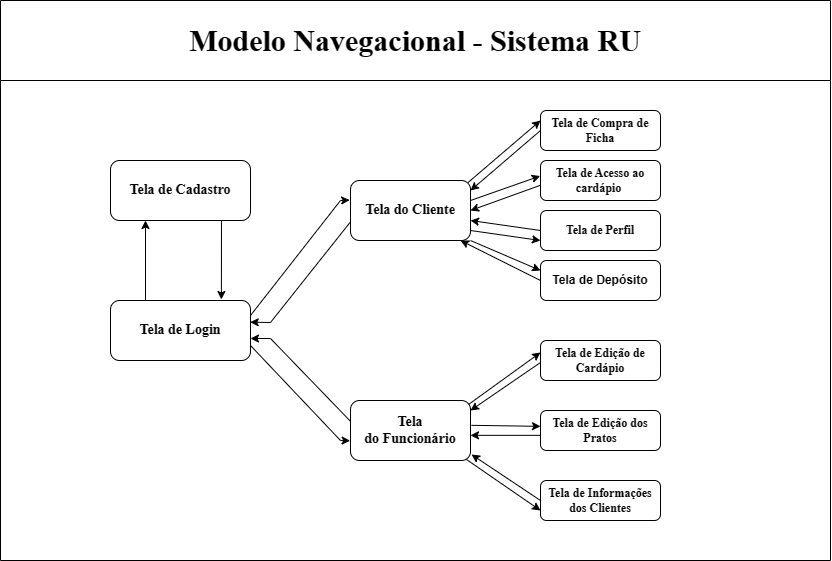
LuizFprog/SistemaRestauranteUniversitario keeps this draw.io diagram as modeloNavegacional.png. Above is the earlier version. Source tidied: cells renumbered, new cells last; positions are measured from the earlier drawing's top-left corner, leaving out a move shared by most shapes.
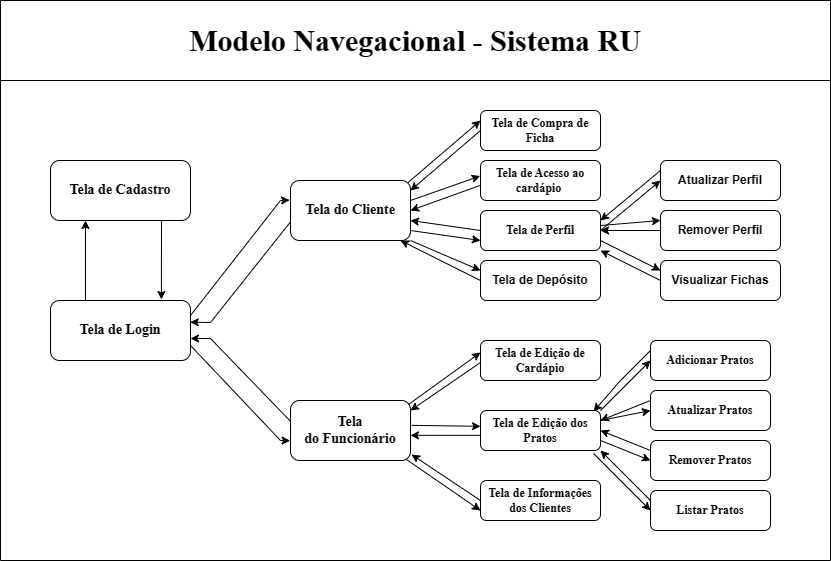
After the commit.

Commit message:
Atualizando Modelo Navegacional

Change to the diagram source:
```diff
@@ -2,150 +2,223 @@
   <root>
     <mxCell id="0" />
     <mxCell id="1" parent="0" />
+    <mxCell id="27" value="&lt;font face=&quot;Times New Roman&quot; style=&quot;font-size: 30px;&quot;&gt;Modelo Navegacional - Sistema RU&lt;/font&gt;" style="swimlane;whiteSpace=wrap;html=1;startSize=80;" parent="1" vertex="1">
+      <mxGeometry width="830" height="560" as="geometry" />
+    </mxCell>
-    <mxCell id="2" value="&lt;font size=&quot;1&quot; style=&quot;&quot;&gt;&lt;b style=&quot;font-size: 14px;&quot;&gt;Tela de Cadastro&lt;/b&gt;&lt;/font&gt;" style="rounded=1;whiteSpace=wrap;html=1;fontFamily=Times New Roman;" parent="1" vertex="1">
-      <mxGeometry x="110" y="160" width="140" height="60" as="geometry" />
+    <mxCell id="2" value="&lt;font size=&quot;1&quot; style=&quot;&quot;&gt;&lt;b style=&quot;font-size: 14px;&quot;&gt;Tela de Cadastro&lt;/b&gt;&lt;/font&gt;" style="rounded=1;whiteSpace=wrap;html=1;fontFamily=Times New Roman;" parent="27" vertex="1">
+      <mxGeometry x="50" y="160" width="140" height="60" as="geometry" />
     </mxCell>
-    <mxCell id="3" value="&lt;b style=&quot;&quot;&gt;&lt;font style=&quot;font-size: 14px;&quot;&gt;Tela de Login&lt;/font&gt;&lt;/b&gt;" style="rounded=1;whiteSpace=wrap;html=1;fontFamily=Times New Roman;" parent="1" vertex="1">
-      <mxGeometry x="110" y="300" width="140" height="60" as="geometry" />
+    <mxCell id="3" value="&lt;b style=&quot;&quot;&gt;&lt;font style=&quot;font-size: 14px;&quot;&gt;Tela de Login&lt;/font&gt;&lt;/b&gt;" style="rounded=1;whiteSpace=wrap;html=1;fontFamily=Times New Roman;" parent="27" vertex="1">
+      <mxGeometry x="50" y="300" width="140" height="60" as="geometry" />
     </mxCell>
-    <mxCell id="4" style="endArrow=classic;html=1;rounded=0;entryX=0.25;entryY=1;entryDx=0;entryDy=0;exitX=0.25;exitY=0;exitDx=0;exitDy=0;" parent="1" edge="1" source="3" target="2">
+    <mxCell id="4" style="endArrow=classic;html=1;rounded=0;entryX=0.25;entryY=1;entryDx=0;entryDy=0;exitX=0.25;exitY=0;exitDx=0;exitDy=0;" parent="27" edge="1" source="3" target="2">
       <mxGeometry relative="1" as="geometry" />
     </mxCell>
-    <mxCell id="5" style="endArrow=classic;html=1;rounded=0;entryX=0.792;entryY=-0.017;entryDx=0;entryDy=0;entryPerimeter=0;" parent="1" edge="1" target="3">
+    <mxCell id="5" style="endArrow=classic;html=1;rounded=0;entryX=0.792;entryY=-0.017;entryDx=0;entryDy=0;entryPerimeter=0;" parent="27" edge="1" target="3">
       <mxGeometry relative="1" as="geometry">
-        <mxPoint x="221" y="220" as="sourcePoint" />
+        <mxPoint x="161" y="220" as="sourcePoint" />
       </mxGeometry>
     </mxCell>
-    <mxCell id="6" value="&lt;b&gt;&lt;font style=&quot;font-size: 14px;&quot; face=&quot;Times New Roman&quot;&gt;Tela do&amp;nbsp;&lt;/font&gt;&lt;/b&gt;&lt;font face=&quot;Times New Roman&quot;&gt;&lt;span style=&quot;font-size: 14px;&quot;&gt;&lt;b&gt;Funcionário&lt;/b&gt;&lt;/span&gt;&lt;/font&gt;" style="rounded=1;whiteSpace=wrap;html=1;" parent="1" vertex="1">
-      <mxGeometry x="350" y="400" width="120" height="60" as="geometry" />
+    <mxCell id="6" value="&lt;b&gt;&lt;font style=&quot;font-size: 14px;&quot; face=&quot;Times New Roman&quot;&gt;Tela do&amp;nbsp;&lt;/font&gt;&lt;/b&gt;&lt;font face=&quot;Times New Roman&quot;&gt;&lt;span style=&quot;font-size: 14px;&quot;&gt;&lt;b&gt;Funcionário&lt;/b&gt;&lt;/span&gt;&lt;/font&gt;" style="rounded=1;whiteSpace=wrap;html=1;" parent="27" vertex="1">
+      <mxGeometry x="290" y="400" width="120" height="60" as="geometry" />
     </mxCell>
-    <mxCell id="7" value="&lt;b&gt;&lt;font style=&quot;font-size: 14px;&quot; face=&quot;Times New Roman&quot;&gt;Tela do Cliente&lt;/font&gt;&lt;/b&gt;" style="rounded=1;whiteSpace=wrap;html=1;" parent="1" vertex="1">
-      <mxGeometry x="350" y="180" width="120" height="60" as="geometry" />
+    <mxCell id="7" value="&lt;b&gt;&lt;font style=&quot;font-size: 14px;&quot; face=&quot;Times New Roman&quot;&gt;Tela do Cliente&lt;/font&gt;&lt;/b&gt;" style="rounded=1;whiteSpace=wrap;html=1;" parent="27" vertex="1">
+      <mxGeometry x="290" y="180" width="120" height="60" as="geometry" />
     </mxCell>
-    <mxCell id="8" style="endArrow=classic;html=1;rounded=0;entryX=-0.007;entryY=0.326;entryDx=0;entryDy=0;exitX=1;exitY=0.25;exitDx=0;exitDy=0;entryPerimeter=0;" parent="1" edge="1" source="3" target="7">
+    <mxCell id="8" style="endArrow=classic;html=1;rounded=0;entryX=-0.007;entryY=0.326;entryDx=0;entryDy=0;exitX=1;exitY=0.25;exitDx=0;exitDy=0;entryPerimeter=0;" parent="27" edge="1" source="3" target="7">
       <mxGeometry relative="1" as="geometry">
         <Array as="points">
-          <mxPoint x="340" y="200" />
+          <mxPoint x="280" y="200" />
         </Array>
       </mxGeometry>
     </mxCell>
-    <mxCell id="9" style="endArrow=classic;html=1;rounded=0;entryX=0.998;entryY=0.361;entryDx=0;entryDy=0;exitX=-0.001;exitY=0.692;exitDx=0;exitDy=0;exitPerimeter=0;entryPerimeter=0;" parent="1" edge="1" source="7" target="3">
+    <mxCell id="9" style="endArrow=classic;html=1;rounded=0;entryX=0.998;entryY=0.361;entryDx=0;entryDy=0;exitX=-0.001;exitY=0.692;exitDx=0;exitDy=0;exitPerimeter=0;entryPerimeter=0;" parent="27" edge="1" source="7" target="3">
       <mxGeometry relative="1" as="geometry">
         <Array as="points">
-          <mxPoint x="270" y="322" />
+          <mxPoint x="210" y="322" />
         </Array>
       </mxGeometry>
     </mxCell>
-    <mxCell id="10" style="endArrow=classic;html=1;rounded=0;entryX=-0.003;entryY=0.671;entryDx=0;entryDy=0;exitX=1;exitY=0.75;exitDx=0;exitDy=0;entryPerimeter=0;" parent="1" edge="1" source="3" target="6">
+    <mxCell id="10" style="endArrow=classic;html=1;rounded=0;entryX=-0.003;entryY=0.671;entryDx=0;entryDy=0;exitX=1;exitY=0.75;exitDx=0;exitDy=0;entryPerimeter=0;" parent="27" edge="1" source="3" target="6">
       <mxGeometry relative="1" as="geometry">
         <Array as="points">
-          <mxPoint x="340" y="440" />
+          <mxPoint x="280" y="440" />
         </Array>
       </mxGeometry>
     </mxCell>
-    <mxCell id="11" style="endArrow=classic;html=1;rounded=0;exitX=-0.003;exitY=0.341;exitDx=0;exitDy=0;exitPerimeter=0;" parent="1" edge="1" source="6">
+    <mxCell id="11" style="endArrow=classic;html=1;rounded=0;exitX=-0.003;exitY=0.341;exitDx=0;exitDy=0;exitPerimeter=0;" parent="27" edge="1" source="6">
       <mxGeometry relative="1" as="geometry">
-        <mxPoint x="250" y="338" as="targetPoint" />
+        <mxPoint x="190" y="338" as="targetPoint" />
         <Array as="points">
-          <mxPoint x="270" y="338" />
+          <mxPoint x="210" y="338" />
         </Array>
       </mxGeometry>
     </mxCell>
-    <mxCell id="12" value="Tela de Edição dos Pratos" style="rounded=1;whiteSpace=wrap;html=1;fontFamily=Times New Roman;fontStyle=1;" parent="1" vertex="1">
-      <mxGeometry x="540" y="410" width="120" height="40" as="geometry" />
+    <mxCell id="12" value="Tela de Edição dos Pratos" style="rounded=1;whiteSpace=wrap;html=1;fontFamily=Times New Roman;fontStyle=1;" parent="27" vertex="1">
+      <mxGeometry x="480" y="410" width="120" height="40" as="geometry" />
     </mxCell>
-    <mxCell id="13" value="Tela de Edição de Cardápio" style="rounded=1;whiteSpace=wrap;html=1;fontStyle=1;fontFamily=Times New Roman;" parent="1" vertex="1">
-      <mxGeometry x="540" y="340" width="120" height="40" as="geometry" />
+    <mxCell id="13" value="Tela de Edição de Cardápio" style="rounded=1;whiteSpace=wrap;html=1;fontStyle=1;fontFamily=Times New Roman;" parent="27" vertex="1">
+      <mxGeometry x="480" y="340" width="120" height="40" as="geometry" />
     </mxCell>
-    <mxCell id="14" value="Tela de Informações dos Clientes" style="rounded=1;whiteSpace=wrap;html=1;fontStyle=1;fontFamily=Times New Roman;" parent="1" vertex="1">
-      <mxGeometry x="540" y="480" width="120" height="40" as="geometry" />
+    <mxCell id="14" value="Tela de Informações dos Clientes" style="rounded=1;whiteSpace=wrap;html=1;fontStyle=1;fontFamily=Times New Roman;" parent="27" vertex="1">
+      <mxGeometry x="480" y="480" width="120" height="40" as="geometry" />
     </mxCell>
-    <mxCell id="15" style="endArrow=classic;html=1;rounded=0;entryX=0;entryY=0.25;entryDx=0;entryDy=0;exitX=0.98;exitY=0.033;exitDx=0;exitDy=0;exitPerimeter=0;" parent="1" edge="1" source="7" target="28">
+    <mxCell id="15" style="endArrow=classic;html=1;rounded=0;entryX=0;entryY=0.25;entryDx=0;entryDy=0;exitX=0.98;exitY=0.033;exitDx=0;exitDy=0;exitPerimeter=0;" parent="27" edge="1" source="7" target="28">
       <mxGeometry relative="1" as="geometry" />
     </mxCell>
-    <mxCell id="16" style="endArrow=classic;html=1;rounded=0;exitX=0;exitY=0.5;exitDx=0;exitDy=0;" parent="1" edge="1" source="28">
+    <mxCell id="16" style="endArrow=classic;html=1;rounded=0;exitX=0;exitY=0.5;exitDx=0;exitDy=0;" parent="27" edge="1" source="28">
       <mxGeometry relative="1" as="geometry">
-        <mxPoint x="470" y="190" as="targetPoint" />
+        <mxPoint x="410" y="190" as="targetPoint" />
       </mxGeometry>
     </mxCell>
-    <mxCell id="17" style="endArrow=classic;html=1;rounded=0;entryX=0;entryY=0.25;entryDx=0;entryDy=0;exitX=0.98;exitY=0.033;exitDx=0;exitDy=0;exitPerimeter=0;" parent="1" edge="1">
+    <mxCell id="17" style="endArrow=classic;html=1;rounded=0;entryX=0;entryY=0.25;entryDx=0;entryDy=0;exitX=0.98;exitY=0.033;exitDx=0;exitDy=0;exitPerimeter=0;" parent="27" edge="1">
       <mxGeometry relative="1" as="geometry">
-        <mxPoint x="468" y="404" as="sourcePoint" />
-        <mxPoint x="540" y="352" as="targetPoint" />
+        <mxPoint x="408" y="404" as="sourcePoint" />
+        <mxPoint x="480" y="352" as="targetPoint" />
       </mxGeometry>
     </mxCell>
-    <mxCell id="18" style="endArrow=classic;html=1;rounded=0;entryX=1;entryY=0.14;entryDx=0;entryDy=0;entryPerimeter=0;exitX=0;exitY=0.5;exitDx=0;exitDy=0;" parent="1" edge="1">
+    <mxCell id="18" style="endArrow=classic;html=1;rounded=0;entryX=1;entryY=0.14;entryDx=0;entryDy=0;entryPerimeter=0;exitX=0;exitY=0.5;exitDx=0;exitDy=0;" parent="27" edge="1">
       <mxGeometry relative="1" as="geometry">
-        <mxPoint x="540" y="362" as="sourcePoint" />
-        <mxPoint x="470" y="410" as="targetPoint" />
+        <mxPoint x="480" y="362" as="sourcePoint" />
+        <mxPoint x="410" y="410" as="targetPoint" />
       </mxGeometry>
     </mxCell>
-    <mxCell id="19" style="endArrow=classic;html=1;rounded=0;entryX=-0.003;entryY=0.388;entryDx=0;entryDy=0;entryPerimeter=0;" parent="1" edge="1" target="29">
+    <mxCell id="19" style="endArrow=classic;html=1;rounded=0;entryX=-0.003;entryY=0.388;entryDx=0;entryDy=0;entryPerimeter=0;" parent="27" edge="1" target="29">
       <mxGeometry relative="1" as="geometry">
-        <mxPoint x="470" y="200" as="sourcePoint" />
+        <mxPoint x="410" y="200" as="sourcePoint" />
       </mxGeometry>
     </mxCell>
-    <mxCell id="20" style="endArrow=classic;html=1;rounded=0;exitX=-0.003;exitY=0.622;exitDx=0;exitDy=0;exitPerimeter=0;" parent="1" edge="1" source="29">
+    <mxCell id="20" style="endArrow=classic;html=1;rounded=0;exitX=-0.003;exitY=0.622;exitDx=0;exitDy=0;exitPerimeter=0;" parent="27" edge="1" source="29">
       <mxGeometry relative="1" as="geometry">
-        <mxPoint x="470" y="210" as="targetPoint" />
+        <mxPoint x="410" y="210" as="targetPoint" />
       </mxGeometry>
     </mxCell>
-    <mxCell id="21" style="endArrow=classic;html=1;rounded=0;entryX=-0.003;entryY=0.388;entryDx=0;entryDy=0;entryPerimeter=0;exitX=1.007;exitY=0.418;exitDx=0;exitDy=0;exitPerimeter=0;" parent="1" edge="1">
+    <mxCell id="21" style="endArrow=classic;html=1;rounded=0;entryX=-0.003;entryY=0.388;entryDx=0;entryDy=0;entryPerimeter=0;exitX=1.007;exitY=0.418;exitDx=0;exitDy=0;exitPerimeter=0;" parent="27" edge="1">
       <mxGeometry relative="1" as="geometry">
-        <mxPoint x="471" y="424.8" as="sourcePoint" />
-        <mxPoint x="540" y="425.8" as="targetPoint" />
+        <mxPoint x="411" y="424.8" as="sourcePoint" />
+        <mxPoint x="480" y="425.8" as="targetPoint" />
       </mxGeometry>
     </mxCell>
-    <mxCell id="22" style="endArrow=classic;html=1;rounded=0;entryX=1.002;entryY=0.582;entryDx=0;entryDy=0;exitX=-0.003;exitY=0.622;exitDx=0;exitDy=0;entryPerimeter=0;exitPerimeter=0;" parent="1" edge="1">
+    <mxCell id="22" style="endArrow=classic;html=1;rounded=0;entryX=1.002;entryY=0.582;entryDx=0;entryDy=0;exitX=-0.003;exitY=0.622;exitDx=0;exitDy=0;entryPerimeter=0;exitPerimeter=0;" parent="27" edge="1">
       <mxGeometry relative="1" as="geometry">
-        <mxPoint x="540" y="434.8" as="sourcePoint" />
-        <mxPoint x="470" y="434.8" as="targetPoint" />
+        <mxPoint x="480" y="434.8" as="sourcePoint" />
+        <mxPoint x="410" y="434.8" as="targetPoint" />
       </mxGeometry>
     </mxCell>
-    <mxCell id="23" style="endArrow=classic;html=1;rounded=0;exitX=0;exitY=0.5;exitDx=0;exitDy=0;" parent="1" edge="1" source="30">
+    <mxCell id="23" style="endArrow=classic;html=1;rounded=0;exitX=0;exitY=0.5;exitDx=0;exitDy=0;" parent="27" edge="1" source="30">
       <mxGeometry relative="1" as="geometry">
-        <mxPoint x="470" y="220" as="targetPoint" />
+        <mxPoint x="410" y="220" as="targetPoint" />
       </mxGeometry>
     </mxCell>
-    <mxCell id="24" style="endArrow=classic;html=1;rounded=0;entryX=0;entryY=0.75;entryDx=0;entryDy=0;" parent="1" edge="1" target="30">
+    <mxCell id="24" style="endArrow=classic;html=1;rounded=0;entryX=0;entryY=0.75;entryDx=0;entryDy=0;" parent="27" edge="1" target="30">
       <mxGeometry relative="1" as="geometry">
-        <mxPoint x="470" y="230" as="sourcePoint" />
+        <mxPoint x="410" y="230" as="sourcePoint" />
       </mxGeometry>
     </mxCell>
-    <mxCell id="25" style="endArrow=classic;html=1;rounded=0;entryX=1.01;entryY=0.892;entryDx=0;entryDy=0;entryPerimeter=0;exitX=0;exitY=0.5;exitDx=0;exitDy=0;" parent="1" edge="1">
+    <mxCell id="25" style="endArrow=classic;html=1;rounded=0;entryX=1.01;entryY=0.892;entryDx=0;entryDy=0;entryPerimeter=0;exitX=0;exitY=0.5;exitDx=0;exitDy=0;" parent="27" edge="1">
       <mxGeometry relative="1" as="geometry">
-        <mxPoint x="540" y="500" as="sourcePoint" />
-        <mxPoint x="471" y="454" as="targetPoint" />
+        <mxPoint x="480" y="500" as="sourcePoint" />
+        <mxPoint x="411" y="454" as="targetPoint" />
       </mxGeometry>
     </mxCell>
-    <mxCell id="26" style="endArrow=classic;html=1;rounded=0;entryX=0;entryY=0.75;entryDx=0;entryDy=0;exitX=0.963;exitY=0.979;exitDx=0;exitDy=0;exitPerimeter=0;" parent="1" edge="1">
+    <mxCell id="26" style="endArrow=classic;html=1;rounded=0;entryX=0;entryY=0.75;entryDx=0;entryDy=0;exitX=0.963;exitY=0.979;exitDx=0;exitDy=0;exitPerimeter=0;" parent="27" edge="1">
       <mxGeometry relative="1" as="geometry">
-        <mxPoint x="466" y="459" as="sourcePoint" />
-        <mxPoint x="540" y="510" as="targetPoint" />
+        <mxPoint x="406" y="459" as="sourcePoint" />
+        <mxPoint x="480" y="510" as="targetPoint" />
       </mxGeometry>
     </mxCell>
-    <mxCell id="27" value="&lt;font face=&quot;Times New Roman&quot; style=&quot;font-size: 30px;&quot;&gt;Modelo Navegacional - Sistema RU&lt;/font&gt;" style="swimlane;whiteSpace=wrap;html=1;startSize=80;" parent="1" vertex="1">
-      <mxGeometry width="830" height="560" as="geometry" />
-    </mxCell>
     <mxCell id="28" value="&lt;b&gt;&lt;font style=&quot;font-size: 12px;&quot; face=&quot;Times New Roman&quot;&gt;Tela de Compra de Ficha&lt;/font&gt;&lt;/b&gt;" style="rounded=1;whiteSpace=wrap;html=1;" parent="27" vertex="1">
-      <mxGeometry x="540" y="110" width="120" height="40" as="geometry" />
+      <mxGeometry x="480" y="110" width="120" height="40" as="geometry" />
     </mxCell>
     <mxCell id="29" value="&lt;b&gt;&lt;font face=&quot;Times New Roman&quot;&gt;Tela de Acesso ao cardápio&amp;nbsp;&lt;/font&gt;&lt;/b&gt;" style="rounded=1;whiteSpace=wrap;html=1;" parent="27" vertex="1">
-      <mxGeometry x="540" y="160" width="120" height="40" as="geometry" />
+      <mxGeometry x="480" y="160" width="120" height="40" as="geometry" />
     </mxCell>
     <mxCell id="30" value="&lt;b&gt;&lt;font face=&quot;Times New Roman&quot;&gt;Tela de Perfil&lt;/font&gt;&lt;/b&gt;" style="rounded=1;whiteSpace=wrap;html=1;" parent="27" vertex="1">
-      <mxGeometry x="540" y="210" width="120" height="40" as="geometry" />
+      <mxGeometry x="480" y="210" width="120" height="40" as="geometry" />
     </mxCell>
     <mxCell id="31" value="&lt;b&gt;Tela de Depósito&lt;/b&gt;" style="rounded=1;whiteSpace=wrap;html=1;strokeColor=#000000;" parent="27" vertex="1">
-      <mxGeometry x="540" y="260" width="120" height="40" as="geometry" />
+      <mxGeometry x="480" y="260" width="120" height="40" as="geometry" />
     </mxCell>
-    <mxCell id="32" style="endArrow=classic;html=1;rounded=0;entryX=0;entryY=0.25;entryDx=0;entryDy=0;" parent="1" edge="1" target="31">
+    <mxCell id="32" style="endArrow=classic;html=1;rounded=0;entryX=0;entryY=0.25;entryDx=0;entryDy=0;" parent="27" edge="1" target="31">
       <mxGeometry relative="1" as="geometry">
-        <mxPoint x="470" y="240" as="sourcePoint" />
+        <mxPoint x="410" y="240" as="sourcePoint" />
       </mxGeometry>
     </mxCell>
-    <mxCell id="33" style="endArrow=classic;html=1;rounded=0;exitX=0;exitY=0.5;exitDx=0;exitDy=0;entryX=0.917;entryY=1;entryDx=0;entryDy=0;entryPerimeter=0;" parent="1" edge="1" source="31" target="7">
+    <mxCell id="33" style="endArrow=classic;html=1;rounded=0;exitX=0;exitY=0.5;exitDx=0;exitDy=0;entryX=0.917;entryY=1;entryDx=0;entryDy=0;entryPerimeter=0;" parent="27" edge="1" source="31" target="7">
       <mxGeometry relative="1" as="geometry" />
     </mxCell>
+    <mxCell id="34" value="&lt;b&gt;Atualizar Perfil&lt;/b&gt;" style="rounded=1;whiteSpace=wrap;html=1;" parent="27" vertex="1">
+      <mxGeometry x="660" y="160" width="120" height="40" as="geometry" />
+    </mxCell>
+    <mxCell id="35" value="&lt;b&gt;Remover Perfil&lt;/b&gt;" style="rounded=1;whiteSpace=wrap;html=1;" parent="27" vertex="1">
+      <mxGeometry x="660" y="210" width="120" height="40" as="geometry" />
+    </mxCell>
+    <mxCell id="36" value="&lt;b&gt;Visualizar Fichas&lt;/b&gt;" style="rounded=1;whiteSpace=wrap;html=1;" parent="27" vertex="1">
+      <mxGeometry x="660" y="260" width="120" height="40" as="geometry" />
+    </mxCell>
+    <mxCell id="37" style="endArrow=classic;html=1;rounded=0;exitX=0;exitY=0.25;exitDx=0;exitDy=0;entryX=1;entryY=0.25;entryDx=0;entryDy=0;" parent="27" edge="1" source="34" target="30">
+      <mxGeometry relative="1" as="geometry" />
+    </mxCell>
+    <mxCell id="38" style="endArrow=classic;html=1;rounded=0;entryX=0;entryY=0.5;entryDx=0;entryDy=0;exitX=1;exitY=0.5;exitDx=0;exitDy=0;" parent="27" edge="1" source="30" target="34">
+      <mxGeometry relative="1" as="geometry" />
+    </mxCell>
+    <mxCell id="39" style="endArrow=classic;html=1;rounded=0;entryX=0;entryY=0.25;entryDx=0;entryDy=0;" parent="27" edge="1" source="30" target="35">
+      <mxGeometry relative="1" as="geometry" />
+    </mxCell>
+    <mxCell id="40" style="endArrow=classic;html=1;rounded=0;exitX=0;exitY=0.5;exitDx=0;exitDy=0;" parent="27" edge="1" source="35">
+      <mxGeometry relative="1" as="geometry">
+        <mxPoint x="600" y="230" as="targetPoint" />
+      </mxGeometry>
+    </mxCell>
+    <mxCell id="41" style="endArrow=classic;html=1;rounded=0;entryX=0;entryY=0.25;entryDx=0;entryDy=0;exitX=1;exitY=0.75;exitDx=0;exitDy=0;" parent="27" edge="1" source="30" target="36">
+      <mxGeometry relative="1" as="geometry" />
+    </mxCell>
+    <mxCell id="42" style="endArrow=classic;html=1;rounded=0;entryX=1;entryY=1;entryDx=0;entryDy=0;exitX=0;exitY=0.5;exitDx=0;exitDy=0;" parent="27" edge="1" source="36" target="30">
+      <mxGeometry relative="1" as="geometry" />
+    </mxCell>
+    <mxCell id="43" value="Remover Pratos" style="rounded=1;whiteSpace=wrap;html=1;fontFamily=Times New Roman;fontStyle=1;" parent="27" vertex="1">
+      <mxGeometry x="650" y="440" width="120" height="40" as="geometry" />
+    </mxCell>
+    <mxCell id="44" value="Adicionar Pratos" style="rounded=1;whiteSpace=wrap;html=1;fontStyle=1;fontFamily=Times New Roman;" parent="27" vertex="1">
+      <mxGeometry x="650" y="340" width="120" height="40" as="geometry" />
+    </mxCell>
+    <mxCell id="45" value="Listar Pratos" style="rounded=1;whiteSpace=wrap;html=1;fontStyle=1;fontFamily=Times New Roman;" parent="27" vertex="1">
+      <mxGeometry x="650" y="490" width="120" height="40" as="geometry" />
+    </mxCell>
+    <mxCell id="46" value="Atualizar Pratos" style="rounded=1;whiteSpace=wrap;html=1;fontStyle=1;fontFamily=Times New Roman;" parent="27" vertex="1">
+      <mxGeometry x="650" y="390" width="120" height="40" as="geometry" />
+    </mxCell>
+    <mxCell id="47" style="endArrow=classic;html=1;rounded=0;entryX=0.942;entryY=0.025;entryDx=0;entryDy=0;exitX=0;exitY=0.25;exitDx=0;exitDy=0;entryPerimeter=0;" parent="27" edge="1" source="44" target="12">
+      <mxGeometry relative="1" as="geometry">
+        <Array as="points">
+          <mxPoint x="620" y="380" />
+        </Array>
+      </mxGeometry>
+    </mxCell>
+    <mxCell id="48" style="endArrow=classic;html=1;rounded=0;entryX=0;entryY=0.5;entryDx=0;entryDy=0;exitX=1;exitY=0;exitDx=0;exitDy=0;" parent="27" edge="1" source="12" target="44">
+      <mxGeometry relative="1" as="geometry" />
+    </mxCell>
+    <mxCell id="49" style="edgeStyle=none;jettySize=auto;html=1;rounded=0;exitX=0;exitY=0.25;exitDx=0;exitDy=0;" parent="27" edge="1" source="46">
+      <mxGeometry relative="1" as="geometry">
+        <mxPoint x="600" y="420" as="targetPoint" />
+      </mxGeometry>
+    </mxCell>
+    <mxCell id="50" style="edgeStyle=none;jettySize=auto;html=1;rounded=0;entryX=0;entryY=0.5;entryDx=0;entryDy=0;" parent="27" edge="1" target="46">
+      <mxGeometry relative="1" as="geometry">
+        <mxPoint x="600" y="420" as="sourcePoint" />
+      </mxGeometry>
+    </mxCell>
+    <mxCell id="51" style="edgeStyle=none;jettySize=auto;html=1;rounded=0;entryX=1;entryY=0.5;entryDx=0;entryDy=0;exitX=0;exitY=0.25;exitDx=0;exitDy=0;" parent="27" edge="1" source="43" target="12">
+      <mxGeometry relative="1" as="geometry" />
+    </mxCell>
+    <mxCell id="52" style="edgeStyle=none;jettySize=auto;html=1;rounded=0;entryX=0;entryY=0.5;entryDx=0;entryDy=0;exitX=1;exitY=0.75;exitDx=0;exitDy=0;" parent="27" edge="1" source="12" target="43">
+      <mxGeometry relative="1" as="geometry" />
+    </mxCell>
+    <mxCell id="53" style="edgeStyle=none;jettySize=auto;html=1;rounded=0;entryX=1;entryY=1;entryDx=0;entryDy=0;exitX=0;exitY=0.25;exitDx=0;exitDy=0;" parent="27" edge="1" source="45" target="12">
+      <mxGeometry relative="1" as="geometry" />
+    </mxCell>
+    <mxCell id="54" style="edgeStyle=none;jettySize=auto;html=1;rounded=0;exitX=0.942;exitY=1.075;exitDx=0;exitDy=0;exitPerimeter=0;entryX=0;entryY=0.5;entryDx=0;entryDy=0;" parent="27" edge="1" source="12" target="45">
+      <mxGeometry relative="1" as="geometry" />
+    </mxCell>
   </root>
 </mxGraphModel>
```
